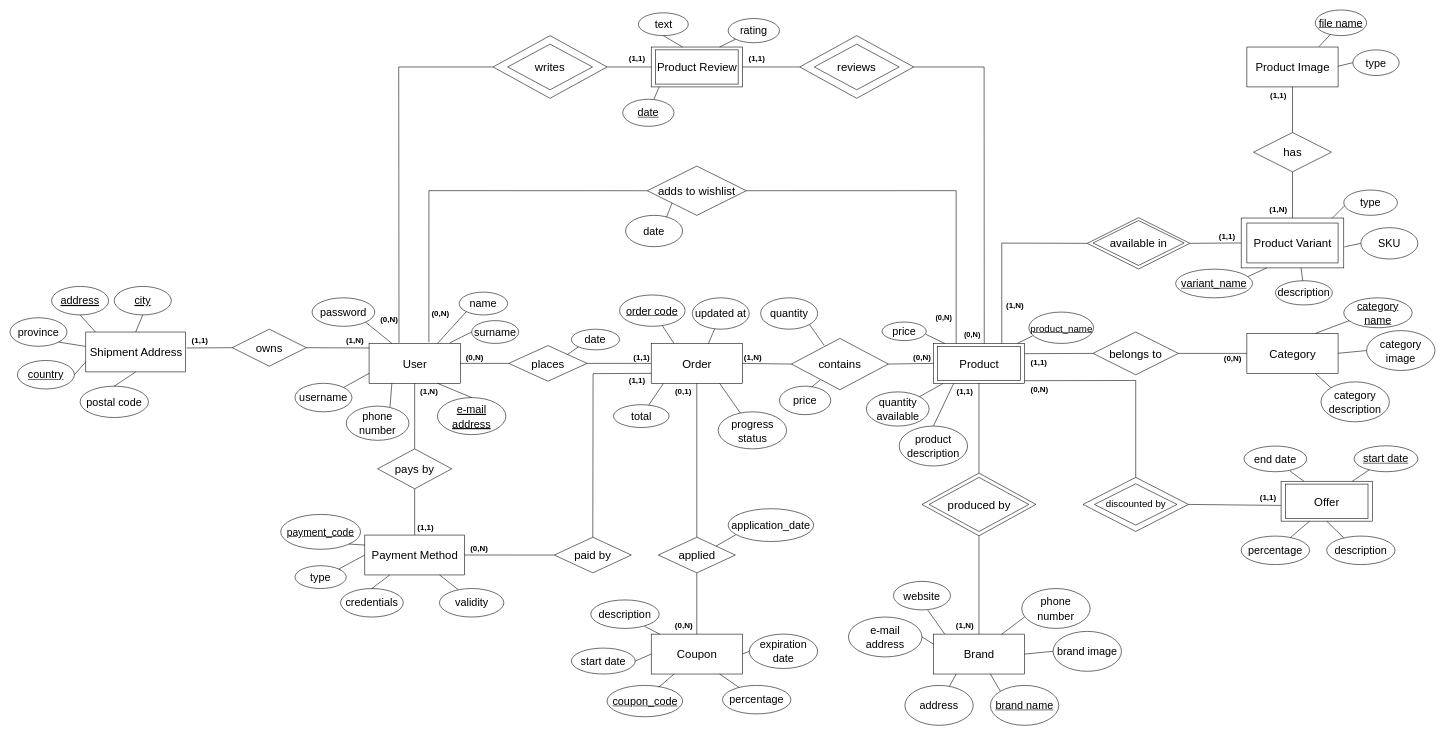
Before: documentation/database/ER.drawio in Tecnologie-Del-Web/Project, a draw.io diagram. Source tidied: cells renumbered, new cells numbered last; positions are measured from the earlier drawing's top-left corner, leaving out a move shared by most shapes. Both pictures are drawn from the tidied source at 57%, with x=0, y=0 at pixel (10, 10).
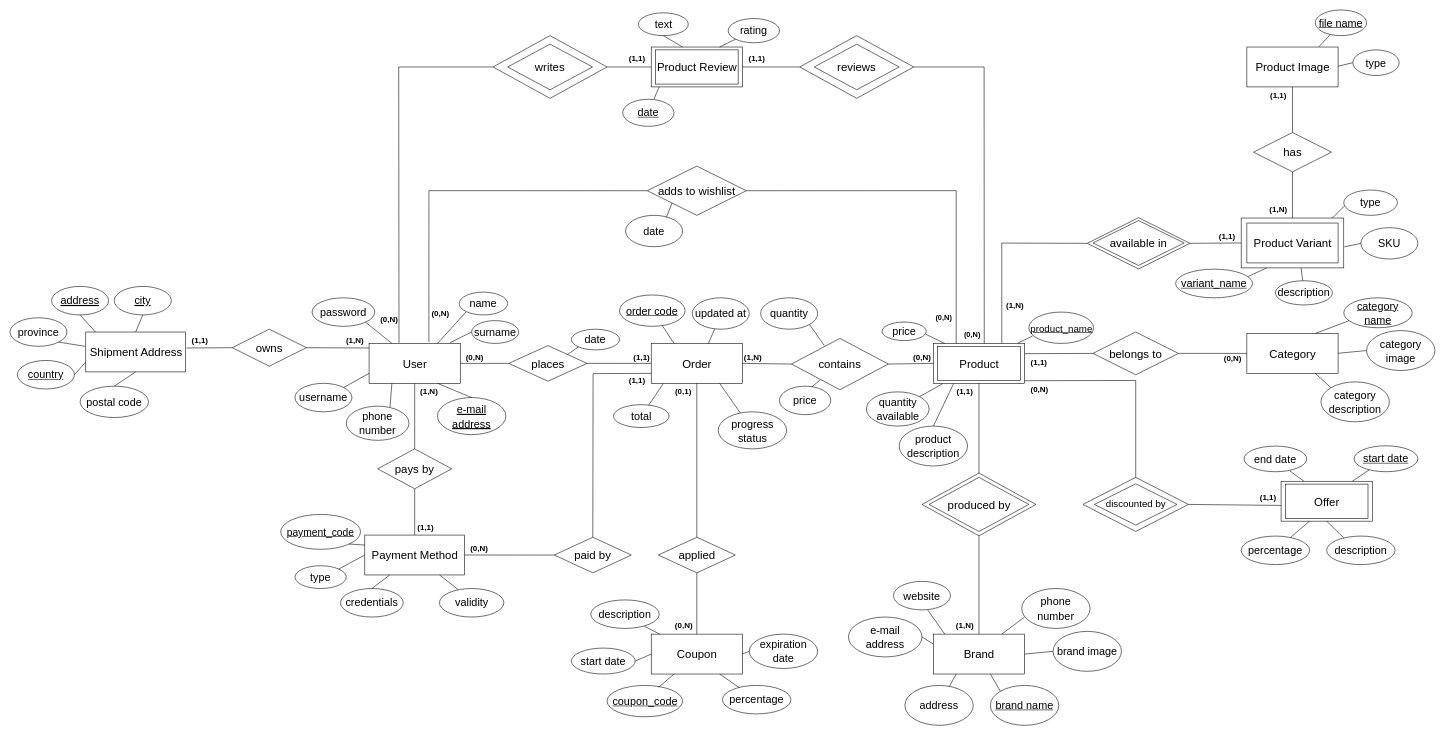
After the change.

Commit message (it also covers changes not shown here):
Rimosso/a application_date da Order

The change refers to these unchanged cells:
```xml
<mxCell id="145" value="&lt;font style=&quot;font-size: 20px;&quot;&gt;applied&lt;/font&gt;" style="shape=rhombus;perimeter=rhombusPerimeter;whiteSpace=wrap;html=1;align=center;" parent="1" vertex="1">
  <mxGeometry x="1137.5" y="925" width="135" height="62.5" as="geometry" />
</mxCell>
```

What changed in the source:
```diff
@@
-    <mxCell id="153" value="&lt;font style=&quot;font-size: 19px;&quot;&gt;application_date&lt;/font&gt;" style="ellipse;whiteSpace=wrap;html=1;fontSize=20;" parent="1" vertex="1">
-      <mxGeometry x="1260" y="875" width="150" height="57.5" as="geometry" />
-    </mxCell>
-    <mxCell id="154" style="endArrow=none;html=1;rounded=0;fontSize=20;exitX=1;exitY=0;exitDx=0;exitDy=0;entryX=0.089;entryY=0.795;entryDx=0;entryDy=0;entryPerimeter=0;" parent="1" edge="1" source="145" target="153">
-      <mxGeometry relative="1" as="geometry" />
-    </mxCell>
```
